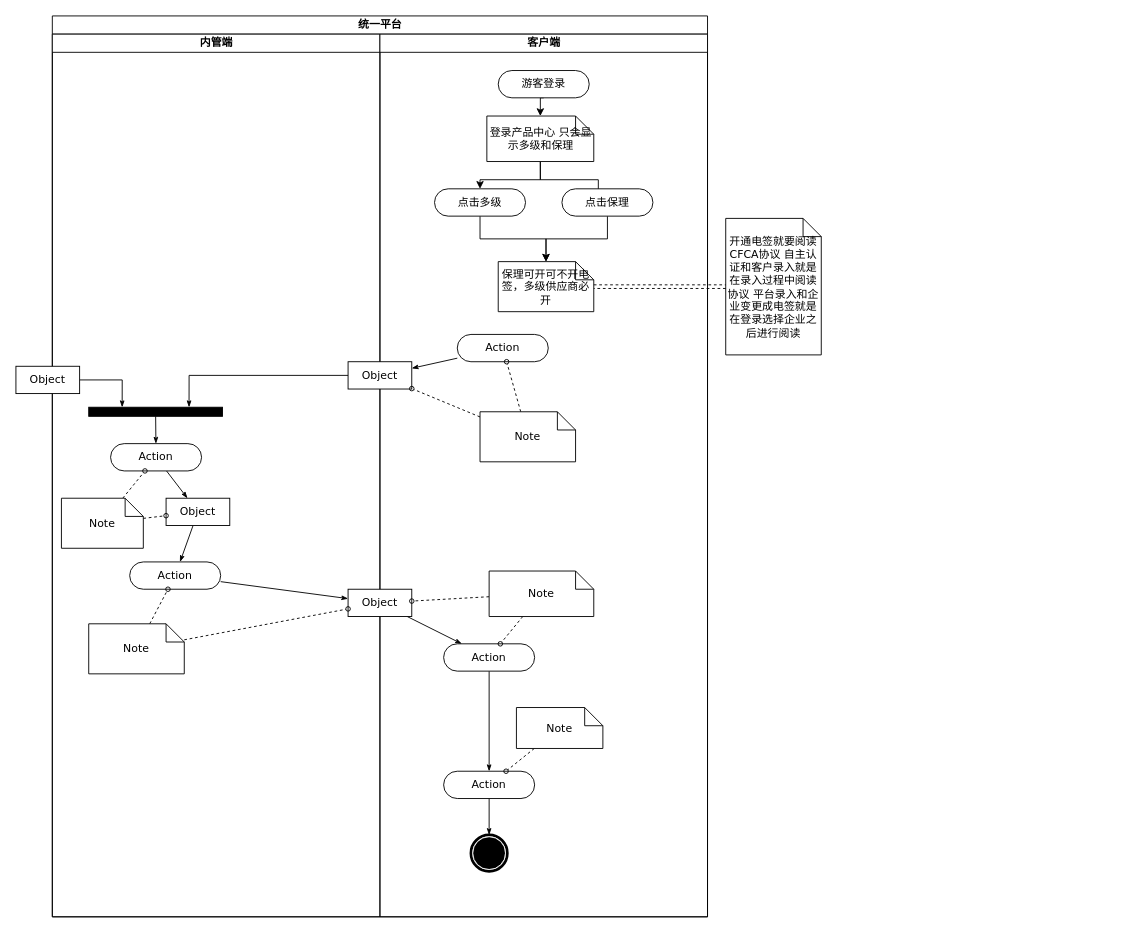
This is 统一平台.drawio from echohawkOuyang/NiceToMeetYou, a draw.io file, before an edit. Source tidied: cells renumbered, new cells numbered last; positions are measured from the earlier drawing's top-left corner, leaving out a move shared by most shapes. Both pictures are drawn from the tidied source at 91%, with x=0, y=0 at pixel (15, 15).
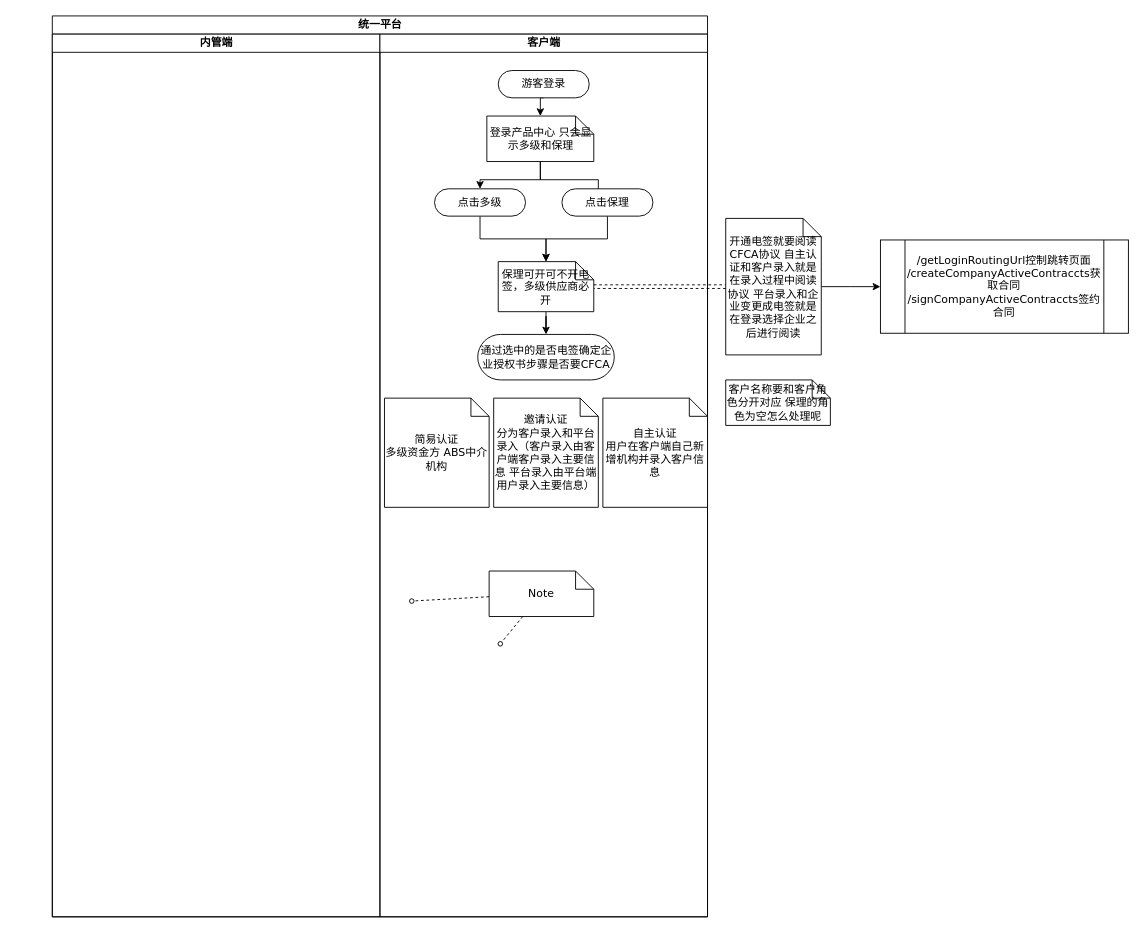
Above is the later version.

Commit message:
更新统一平台.drawio

The change refers to these unchanged cells:
```xml
<mxCell id="3" value="内管端" style="swimlane;html=1;startSize=20;" parent="2" vertex="1">
  <mxGeometry y="20" width="360" height="970" as="geometry" />
</mxCell>
<mxCell id="18" value="客户端" style="swimlane;html=1;startSize=20;" parent="1" vertex="1">
  <mxGeometry x="400" y="20" width="360" height="970" as="geometry" />
</mxCell>
<mxCell id="36" value="Note" style="shape=note;whiteSpace=wrap;html=1;rounded=0;shadow=0;comic=0;labelBackgroundColor=none;strokeWidth=1;fontFamily=Verdana;fontSize=12;align=center;size=20;" parent="18" vertex="1">
  <mxGeometry x="120" y="590" width="115" height="50" as="geometry" />
</mxCell>
<mxCell id="46" value="保理可开可不开电签，多级供应商必开" style="shape=note;whiteSpace=wrap;html=1;rounded=0;shadow=0;comic=0;labelBackgroundColor=none;strokeWidth=1;fontFamily=Verdana;fontSize=12;align=center;size=20;" parent="18" vertex="1">
  <mxGeometry x="130" y="250" width="105" height="55" as="geometry" />
</mxCell>
<mxCell id="50" value="开通电签就要阅读CFCA协议 自主认证和客户录入就是在录入过程中阅读协议 平台录入和企业变更成电签就是在登录选择企业之后进行阅读" style="shape=note;whiteSpace=wrap;html=1;rounded=0;shadow=0;comic=0;labelBackgroundColor=none;strokeWidth=1;fontFamily=Verdana;fontSize=12;align=center;size=20;" parent="1" vertex="1">
  <mxGeometry x="780" y="222.5" width="105" height="150" as="geometry" />
</mxCell>
```

What changed in the source:
```diff
@@
-    <mxCell id="4" style="edgeStyle=none;rounded=0;html=1;labelBackgroundColor=none;startArrow=none;startFill=0;startSize=5;endArrow=classicThin;endFill=1;endSize=5;jettySize=auto;strokeWidth=1;fontFamily=Verdana;fontSize=12;" parent="3" edge="1" source="5" target="11">
-      <mxGeometry relative="1" as="geometry" />
-    </mxCell>
-    <mxCell id="5" value="Action" style="rounded=1;whiteSpace=wrap;html=1;shadow=0;comic=0;labelBackgroundColor=none;strokeWidth=1;fontFamily=Verdana;fontSize=12;align=center;arcSize=50;" parent="3" vertex="1">
-      <mxGeometry x="64" y="450" width="100" height="30" as="geometry" />
-    </mxCell>
-    <mxCell id="6" style="edgeStyle=none;rounded=0;html=1;labelBackgroundColor=none;startArrow=none;startFill=0;startSize=5;endArrow=classicThin;endFill=1;endSize=5;jettySize=auto;strokeWidth=1;fontFamily=Verdana;fontSize=12;" parent="3" edge="1" source="7" target="5">
-      <mxGeometry relative="1" as="geometry" />
-    </mxCell>
-    <mxCell id="7" style="whiteSpace=wrap;html=1;rounded=0;shadow=0;comic=0;labelBackgroundColor=none;strokeWidth=1;fillColor=#000000;fontFamily=Verdana;fontSize=12;align=center;rotation=0;" parent="3" vertex="1">
-      <mxGeometry x="40" y="410" width="147" height="10" as="geometry" />
-    </mxCell>
-    <mxCell id="8" style="edgeStyle=orthogonalEdgeStyle;rounded=0;html=1;entryX=0.25;entryY=0;labelBackgroundColor=none;startArrow=none;startFill=0;startSize=5;endArrow=classicThin;endFill=1;endSize=5;jettySize=auto;strokeWidth=1;fontFamily=Verdana;fontSize=12;" parent="3" edge="1" source="9" target="7">
-      <mxGeometry relative="1" as="geometry" />
-    </mxCell>
-    <mxCell id="9" value="Object" style="rounded=0;whiteSpace=wrap;html=1;shadow=0;comic=0;labelBackgroundColor=none;strokeWidth=1;fontFamily=Verdana;fontSize=12;align=center;arcSize=50;" parent="3" vertex="1">
-      <mxGeometry x="-40" y="365" width="70" height="30" as="geometry" />
-    </mxCell>
-    <mxCell id="10" style="edgeStyle=none;rounded=0;html=1;labelBackgroundColor=none;startArrow=none;startFill=0;startSize=5;endArrow=classicThin;endFill=1;endSize=5;jettySize=auto;strokeWidth=1;fontFamily=Verdana;fontSize=12;" parent="3" edge="1" source="11" target="12">
-      <mxGeometry relative="1" as="geometry" />
-    </mxCell>
-    <mxCell id="11" value="Object" style="rounded=0;whiteSpace=wrap;html=1;shadow=0;comic=0;labelBackgroundColor=none;strokeWidth=1;fontFamily=Verdana;fontSize=12;align=center;arcSize=50;" parent="3" vertex="1">
-      <mxGeometry x="125" y="510" width="70" height="30" as="geometry" />
-    </mxCell>
-    <mxCell id="12" value="Action" style="rounded=1;whiteSpace=wrap;html=1;shadow=0;comic=0;labelBackgroundColor=none;strokeWidth=1;fontFamily=Verdana;fontSize=12;align=center;arcSize=50;" parent="3" vertex="1">
-      <mxGeometry x="85" y="580" width="100" height="30" as="geometry" />
-    </mxCell>
-    <mxCell id="13" style="edgeStyle=none;rounded=0;html=1;dashed=1;labelBackgroundColor=none;startArrow=none;startFill=0;startSize=5;endArrow=oval;endFill=0;endSize=5;jettySize=auto;strokeWidth=1;fontFamily=Verdana;fontSize=12;" parent="3" edge="1" source="15" target="5">
-      <mxGeometry relative="1" as="geometry" />
-    </mxCell>
-    <mxCell id="14" style="edgeStyle=none;rounded=0;html=1;dashed=1;labelBackgroundColor=none;startArrow=none;startFill=0;startSize=5;endArrow=oval;endFill=0;endSize=5;jettySize=auto;strokeWidth=1;fontFamily=Verdana;fontSize=12;" parent="3" edge="1" source="15" target="11">
-      <mxGeometry relative="1" as="geometry" />
-    </mxCell>
-    <mxCell id="15" value="Note" style="shape=note;whiteSpace=wrap;html=1;rounded=0;shadow=0;comic=0;labelBackgroundColor=none;strokeWidth=1;fontFamily=Verdana;fontSize=12;align=center;size=20;" parent="3" vertex="1">
-      <mxGeometry x="10" y="510" width="90" height="55" as="geometry" />
-    </mxCell>
-    <mxCell id="16" style="edgeStyle=none;rounded=0;html=1;dashed=1;labelBackgroundColor=none;startArrow=none;startFill=0;startSize=5;endArrow=oval;endFill=0;endSize=5;jettySize=auto;strokeWidth=1;fontFamily=Verdana;fontSize=12;" parent="3" edge="1" source="17" target="12">
-      <mxGeometry relative="1" as="geometry" />
-    </mxCell>
-    <mxCell id="17" value="Note" style="shape=note;whiteSpace=wrap;html=1;rounded=0;shadow=0;comic=0;labelBackgroundColor=none;strokeWidth=1;fontFamily=Verdana;fontSize=12;align=center;size=20;" parent="3" vertex="1">
-      <mxGeometry x="40" y="648" width="105" height="55" as="geometry" />
-    </mxCell>
@@
-    <mxCell id="21" style="edgeStyle=none;rounded=0;html=1;labelBackgroundColor=none;startArrow=none;startFill=0;startSize=5;endArrow=classicThin;endFill=1;endSize=5;jettySize=auto;strokeWidth=1;fontFamily=Verdana;fontSize=12;" parent="18" edge="1" source="22" target="23">
-      <mxGeometry relative="1" as="geometry" />
-    </mxCell>
-    <mxCell id="22" value="Action" style="rounded=1;whiteSpace=wrap;html=1;shadow=0;comic=0;labelBackgroundColor=none;strokeWidth=1;fontFamily=Verdana;fontSize=12;align=center;arcSize=50;" parent="18" vertex="1">
-      <mxGeometry x="85" y="330" width="100" height="30" as="geometry" />
-    </mxCell>
-    <mxCell id="23" value="Object" style="rounded=0;whiteSpace=wrap;html=1;shadow=0;comic=0;labelBackgroundColor=none;strokeWidth=1;fontFamily=Verdana;fontSize=12;align=center;arcSize=50;" parent="18" vertex="1">
-      <mxGeometry x="-35" y="360" width="70" height="30" as="geometry" />
-    </mxCell>
-    <mxCell id="24" style="edgeStyle=none;rounded=0;html=1;labelBackgroundColor=none;startArrow=none;startFill=0;startSize=5;endArrow=classicThin;endFill=1;endSize=5;jettySize=auto;strokeWidth=1;fontFamily=Verdana;fontSize=12;" parent="18" edge="1" source="25" target="27">
-      <mxGeometry relative="1" as="geometry" />
-    </mxCell>
-    <mxCell id="25" value="Object" style="rounded=0;whiteSpace=wrap;html=1;shadow=0;comic=0;labelBackgroundColor=none;strokeWidth=1;fontFamily=Verdana;fontSize=12;align=center;arcSize=50;" parent="18" vertex="1">
-      <mxGeometry x="-35" y="610" width="70" height="30" as="geometry" />
-    </mxCell>
-    <mxCell id="26" style="edgeStyle=none;rounded=0;html=1;labelBackgroundColor=none;startArrow=none;startFill=0;startSize=5;endArrow=classicThin;endFill=1;endSize=5;jettySize=auto;strokeWidth=1;fontFamily=Verdana;fontSize=12;" parent="18" edge="1" source="27" target="29">
-      <mxGeometry relative="1" as="geometry" />
-    </mxCell>
-    <mxCell id="27" value="Action" style="rounded=1;whiteSpace=wrap;html=1;shadow=0;comic=0;labelBackgroundColor=none;strokeWidth=1;fontFamily=Verdana;fontSize=12;align=center;arcSize=50;" parent="18" vertex="1">
-      <mxGeometry x="70" y="670" width="100" height="30" as="geometry" />
-    </mxCell>
-    <mxCell id="28" style="edgeStyle=none;rounded=0;html=1;labelBackgroundColor=none;startArrow=none;startFill=0;startSize=5;endArrow=classicThin;endFill=1;endSize=5;jettySize=auto;strokeWidth=1;fontFamily=Verdana;fontSize=12;" parent="18" edge="1" source="29" target="30">
-      <mxGeometry relative="1" as="geometry" />
-    </mxCell>
-    <mxCell id="29" value="Action" style="rounded=1;whiteSpace=wrap;html=1;shadow=0;comic=0;labelBackgroundColor=none;strokeWidth=1;fontFamily=Verdana;fontSize=12;align=center;arcSize=50;" parent="18" vertex="1">
-      <mxGeometry x="70" y="810" width="100" height="30" as="geometry" />
-    </mxCell>
-    <mxCell id="30" style="shape=mxgraph.bpmn.shape;html=1;verticalLabelPosition=bottom;labelBackgroundColor=#ffffff;verticalAlign=top;perimeter=ellipsePerimeter;outline=end;symbol=terminate;rounded=0;shadow=0;comic=0;strokeWidth=1;fontFamily=Verdana;fontSize=12;align=center;" parent="18" vertex="1">
-      <mxGeometry x="100" y="880" width="40" height="40" as="geometry" />
-    </mxCell>
-    <mxCell id="31" style="edgeStyle=none;rounded=0;html=1;dashed=1;labelBackgroundColor=none;startArrow=none;startFill=0;startSize=5;endArrow=oval;endFill=0;endSize=5;jettySize=auto;strokeWidth=1;fontFamily=Verdana;fontSize=12;" parent="18" edge="1" source="33" target="22">
-      <mxGeometry relative="1" as="geometry" />
-    </mxCell>
-    <mxCell id="32" style="edgeStyle=none;rounded=0;html=1;dashed=1;labelBackgroundColor=none;startArrow=none;startFill=0;startSize=5;endArrow=oval;endFill=0;endSize=5;jettySize=auto;strokeWidth=1;fontFamily=Verdana;fontSize=12;" parent="18" edge="1" source="33" target="23">
-      <mxGeometry relative="1" as="geometry" />
-    </mxCell>
-    <mxCell id="33" value="Note" style="shape=note;whiteSpace=wrap;html=1;rounded=0;shadow=0;comic=0;labelBackgroundColor=none;strokeWidth=1;fontFamily=Verdana;fontSize=12;align=center;size=20;" parent="18" vertex="1">
-      <mxGeometry x="110" y="415" width="105" height="55" as="geometry" />
-    </mxCell>
-    <mxCell id="34" style="edgeStyle=none;rounded=0;html=1;dashed=1;labelBackgroundColor=none;startArrow=none;startFill=0;startSize=5;endArrow=oval;endFill=0;endSize=5;jettySize=auto;strokeWidth=1;fontFamily=Verdana;fontSize=12;" parent="18" edge="1" source="36" target="27">
-      <mxGeometry relative="1" as="geometry" />
+    <mxCell id="34" style="edgeStyle=none;rounded=0;html=1;dashed=1;labelBackgroundColor=none;startArrow=none;startFill=0;startSize=5;endArrow=oval;endFill=0;endSize=5;jettySize=auto;strokeWidth=1;fontFamily=Verdana;fontSize=12;" parent="18" edge="1" source="36">
+      <mxGeometry relative="1" as="geometry">
+        <mxPoint x="132.3" y="670" as="targetPoint" />
+      </mxGeometry>
     </mxCell>
-    <mxCell id="35" style="edgeStyle=none;rounded=0;html=1;dashed=1;labelBackgroundColor=none;startArrow=none;startFill=0;startSize=5;endArrow=oval;endFill=0;endSize=5;jettySize=auto;strokeWidth=1;fontFamily=Verdana;fontSize=12;" parent="18" edge="1" source="36" target="25">
-      <mxGeometry relative="1" as="geometry" />
+    <mxCell id="35" style="edgeStyle=none;rounded=0;html=1;dashed=1;labelBackgroundColor=none;startArrow=none;startFill=0;startSize=5;endArrow=oval;endFill=0;endSize=5;jettySize=auto;strokeWidth=1;fontFamily=Verdana;fontSize=12;" parent="18" edge="1" source="36">
+      <mxGeometry relative="1" as="geometry">
+        <mxPoint x="35" y="623" as="targetPoint" />
+      </mxGeometry>
     </mxCell>
@@
-    <mxCell id="37" style="edgeStyle=none;rounded=0;html=1;dashed=1;labelBackgroundColor=none;startArrow=none;startFill=0;startSize=5;endArrow=oval;endFill=0;endSize=5;jettySize=auto;strokeWidth=1;fontFamily=Verdana;fontSize=12;" parent="18" edge="1" source="38" target="29">
-      <mxGeometry relative="1" as="geometry" />
-    </mxCell>
-    <mxCell id="38" value="Note" style="shape=note;whiteSpace=wrap;html=1;rounded=0;shadow=0;comic=0;labelBackgroundColor=none;strokeWidth=1;fontFamily=Verdana;fontSize=12;align=center;size=20;" parent="18" vertex="1">
-      <mxGeometry x="150" y="740" width="95" height="45" as="geometry" />
-    </mxCell>
@@
+    <mxCell id="52" style="edgeStyle=orthogonalEdgeStyle;rounded=0;jettySize=auto;html=1;exitX=0.5;exitY=1;exitDx=0;exitDy=0;exitPerimeter=0;" parent="18" edge="1" source="46" target="53">
+      <mxGeometry relative="1" as="geometry" />
+    </mxCell>
@@
-    <mxCell id="47" style="edgeStyle=orthogonalEdgeStyle;rounded=0;html=1;entryX=0.75;entryY=0;labelBackgroundColor=none;startArrow=none;startFill=0;startSize=5;endArrow=classicThin;endFill=1;endSize=5;jettySize=auto;strokeWidth=1;fontFamily=Verdana;fontSize=12;" parent="1" edge="1" source="23" target="7">
-      <mxGeometry relative="1" as="geometry" />
-    </mxCell>
-    <mxCell id="48" style="edgeStyle=none;rounded=0;html=1;labelBackgroundColor=none;startArrow=none;startFill=0;startSize=5;endArrow=classicThin;endFill=1;endSize=5;jettySize=auto;strokeWidth=1;fontFamily=Verdana;fontSize=12;" parent="1" edge="1" source="12" target="25">
-      <mxGeometry relative="1" as="geometry" />
-    </mxCell>
-    <mxCell id="49" style="edgeStyle=none;rounded=0;html=1;dashed=1;labelBackgroundColor=none;startArrow=none;startFill=0;startSize=5;endArrow=oval;endFill=0;endSize=5;jettySize=auto;strokeWidth=1;fontFamily=Verdana;fontSize=12;" parent="1" edge="1" source="17" target="25">
-      <mxGeometry relative="1" as="geometry" />
-    </mxCell>
+    <mxCell id="53" value="通过选中的是否电签确定企业授权书步骤是否要CFCA" style="rounded=1;whiteSpace=wrap;html=1;shadow=0;comic=0;labelBackgroundColor=none;strokeWidth=1;fontFamily=Verdana;fontSize=12;align=center;arcSize=50;" parent="18" vertex="1">
+      <mxGeometry x="107.5" y="330" width="150" height="50" as="geometry" />
+    </mxCell>
+    <mxCell id="54" value="简易认证&lt;br&gt;多级资金方 ABS中介机构" style="shape=note;whiteSpace=wrap;html=1;rounded=0;shadow=0;comic=0;labelBackgroundColor=none;strokeWidth=1;fontFamily=Verdana;fontSize=12;align=center;size=20;" parent="18" vertex="1">
+      <mxGeometry x="5" y="400" width="115" height="120" as="geometry" />
+    </mxCell>
+    <mxCell id="55" value="邀请认证&lt;br&gt;分为客户录入和平台录入（客户录入由客户端客户录入主要信息 平台录入由平台端用户录入主要信息）" style="shape=note;whiteSpace=wrap;html=1;rounded=0;shadow=0;comic=0;labelBackgroundColor=none;strokeWidth=1;fontFamily=Verdana;fontSize=12;align=center;size=20;" parent="18" vertex="1">
+      <mxGeometry x="125" y="400" width="115" height="120" as="geometry" />
+    </mxCell>
+    <mxCell id="56" value="自主认证&lt;br&gt;用户在客户端自己新增机构并录入客户信息" style="shape=note;whiteSpace=wrap;html=1;rounded=0;shadow=0;comic=0;labelBackgroundColor=none;strokeWidth=1;fontFamily=Verdana;fontSize=12;align=center;size=20;" parent="18" vertex="1">
+      <mxGeometry x="245" y="400" width="115" height="120" as="geometry" />
+    </mxCell>
+    <mxCell id="57" style="edgeStyle=orthogonalEdgeStyle;rounded=0;jettySize=auto;html=1;" parent="1" edge="1" source="50" target="58">
+      <mxGeometry relative="1" as="geometry" />
+    </mxCell>
@@
+    <mxCell id="58" value="/getLoginRoutingUrl控制跳转页面&lt;br&gt;/createCompanyActiveContraccts获取合同&lt;br&gt;/signCompanyActiveContraccts签约合同" style="shape=process;whiteSpace=wrap;html=1;backgroundOutline=1;fontFamily=Verdana;rounded=0;shadow=0;comic=0;labelBackgroundColor=none;strokeWidth=1;" parent="1" vertex="1">
+      <mxGeometry x="950" y="246.2" width="272.5" height="102.5" as="geometry" />
+    </mxCell>
+    <mxCell id="59" value="客户名称要和客户角色分开对应 保理的角色为空怎么处理呢" style="shape=note;whiteSpace=wrap;html=1;rounded=0;shadow=0;comic=0;labelBackgroundColor=none;strokeWidth=1;fontFamily=Verdana;fontSize=12;align=center;size=20;" parent="1" vertex="1">
+      <mxGeometry x="780" y="400" width="115" height="50" as="geometry" />
+    </mxCell>
```
